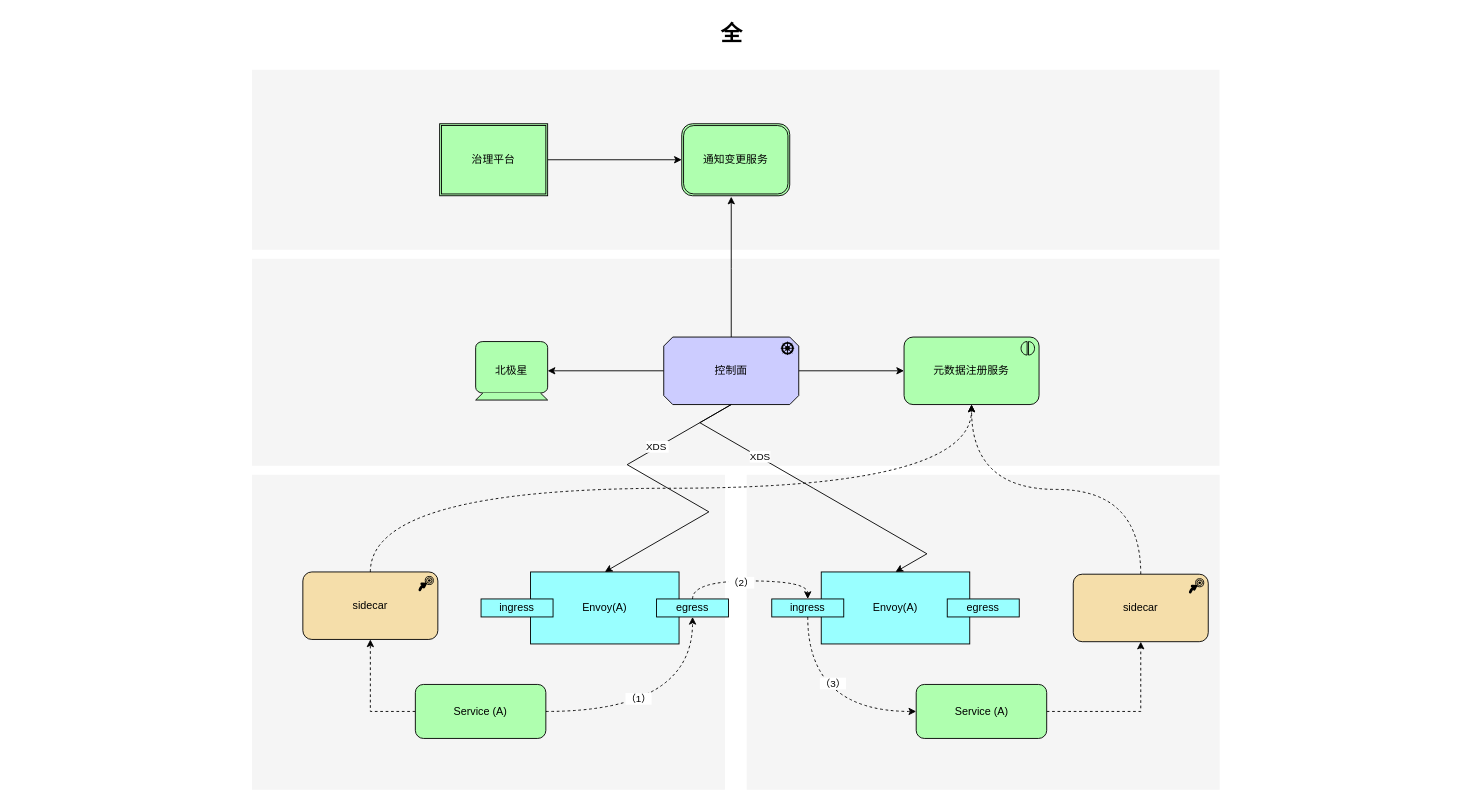
xinguai/awsohorse keeps this draw.io diagram as page "流程图" (2 of 4) of Untitled Diagram.drawio. Above is the earlier version. Source tidied: cells renumbered, new cells numbered last; positions are measured from the earlier drawing's top-left corner, leaving out a move shared by most shapes. Both pictures are drawn from the tidied source at 90%, with x=0, y=0 at pixel (15, 15).
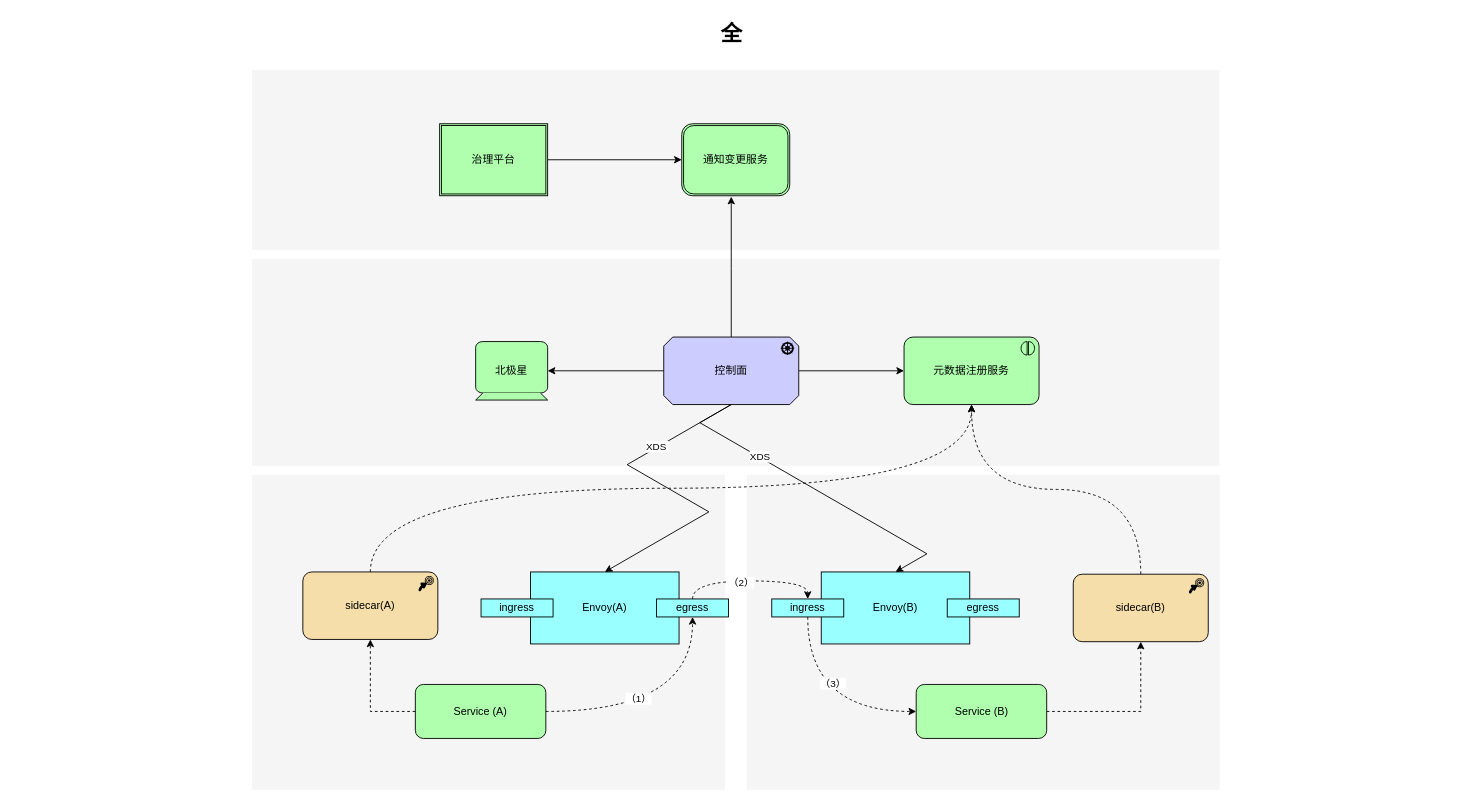
The same page after the edit.

What changed in the source:
```diff
@@
-    <mxCell id="24" value="sidecar" style="html=1;outlineConnect=0;whiteSpace=wrap;fillColor=#F5DEAA;shape=mxgraph.archimate3.application;appType=course;archiType=rounded;" parent="1" vertex="1">
+    <mxCell id="24" value="sidecar(A)" style="html=1;outlineConnect=0;whiteSpace=wrap;fillColor=#F5DEAA;shape=mxgraph.archimate3.application;appType=course;archiType=rounded;" parent="1" vertex="1">
       <mxGeometry x="319" y="618" width="150" height="75" as="geometry" />
     </mxCell>
@@
-    <mxCell id="26" value="Envoy(A)" style="rounded=0;whiteSpace=wrap;html=1;fillColor=#99FFFF;" parent="1" vertex="1">
+    <mxCell id="26" value="Envoy(B)" style="rounded=0;whiteSpace=wrap;html=1;fillColor=#99FFFF;" parent="1" vertex="1">
       <mxGeometry x="895" y="618" width="165" height="80" as="geometry" />
     </mxCell>
@@
-    <mxCell id="32" value="Service (A)" style="rounded=1;whiteSpace=wrap;html=1;fillColor=#AFFFAF;" parent="1" vertex="1">
+    <mxCell id="32" value="Service (B)" style="rounded=1;whiteSpace=wrap;html=1;fillColor=#AFFFAF;" parent="1" vertex="1">
       <mxGeometry x="1000.5" y="743" width="145" height="60" as="geometry" />
     </mxCell>
@@
-    <mxCell id="34" value="sidecar" style="html=1;outlineConnect=0;whiteSpace=wrap;fillColor=#F5DEAA;shape=mxgraph.archimate3.application;appType=course;archiType=rounded;" parent="1" vertex="1">
+    <mxCell id="34" value="sidecar(B)" style="html=1;outlineConnect=0;whiteSpace=wrap;fillColor=#F5DEAA;shape=mxgraph.archimate3.application;appType=course;archiType=rounded;" parent="1" vertex="1">
       <mxGeometry x="1175" y="620.5" width="150" height="75" as="geometry" />
     </mxCell>
```
